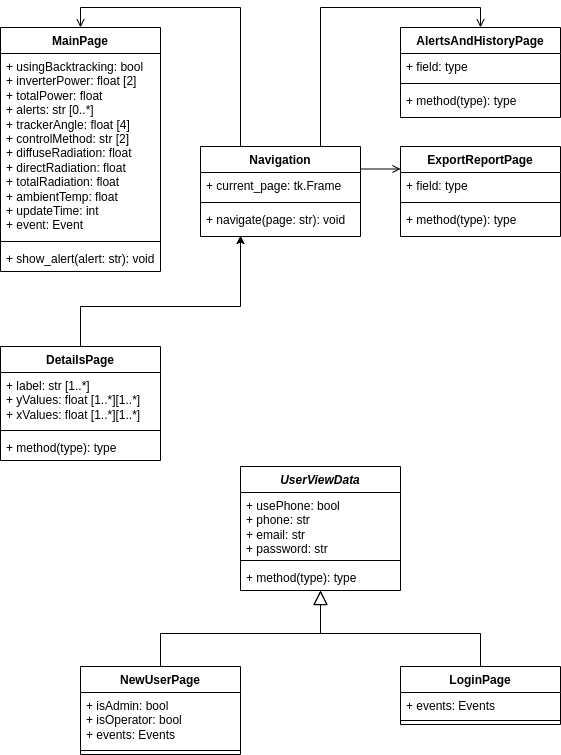
Before: diagrama de classes - view.drawio.png, a diagram exported from draw.io (jaedson-barbosa/supervisorio-solar-ufpb-docs). Source tidied: cells renumbered, new cells last; positions are measured from the earlier drawing's top-left corner, leaving out a move shared by most shapes.
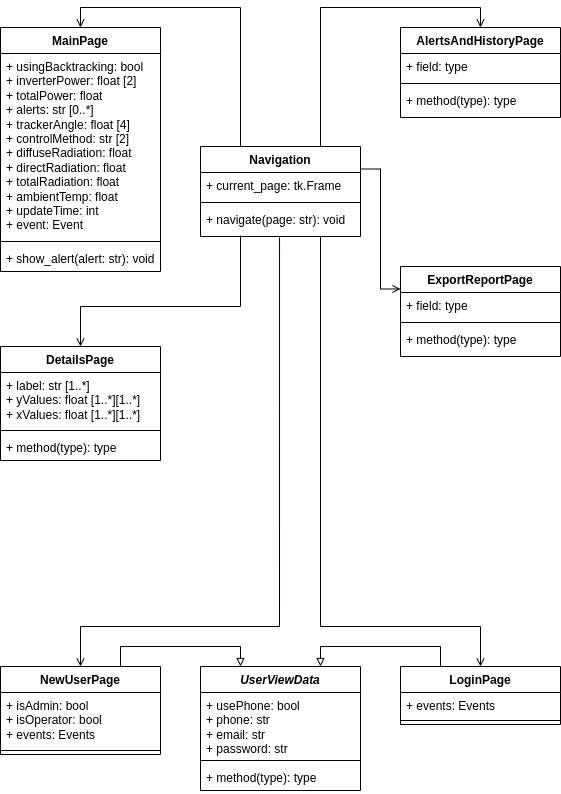
The same file after the commit.

Change to the diagram source:
```diff
@@ -23,9 +23,17 @@
     <mxCell id="8" value="+ navigate(page: str): void" style="text;strokeColor=none;fillColor=none;align=left;verticalAlign=top;spacingLeft=4;spacingRight=4;overflow=hidden;points=[[0,0.5],[1,0.5]];portConstraint=eastwest;whiteSpace=wrap;html=1;" parent="5" vertex="1">
       <mxGeometry y="60" width="160" height="30" as="geometry" />
     </mxCell>
-    <mxCell id="9" style="edgeStyle=orthogonalEdgeStyle;rounded=0;jettySize=auto;html=1;exitX=0.5;exitY=0;exitDx=0;exitDy=0;entryX=0.5;entryY=1;entryDx=0;entryDy=0;endArrow=block;endFill=0;endSize=12;" parent="1" edge="1" source="10" target="30">
+    <mxCell id="9" style="edgeStyle=orthogonalEdgeStyle;rounded=0;jettySize=auto;html=1;exitX=0.25;exitY=0;exitDx=0;exitDy=0;entryX=0.75;entryY=0;entryDx=0;entryDy=0;endArrow=block;endFill=0;" parent="1" edge="1" source="10" target="30">
       <mxGeometry relative="1" as="geometry" />
     </mxCell>
+    <mxCell id="38" style="edgeStyle=orthogonalEdgeStyle;rounded=0;jettySize=auto;html=1;exitX=0.5;exitY=0;exitDx=0;exitDy=0;entryX=0.75;entryY=1;entryDx=0;entryDy=0;entryPerimeter=0;endArrow=none;endFill=0;startArrow=open;startFill=0;" parent="1" edge="1" source="10" target="8">
+      <mxGeometry relative="1" as="geometry">
+        <Array as="points">
+          <mxPoint x="480" y="599" />
+          <mxPoint x="320" y="599" />
+        </Array>
+      </mxGeometry>
+    </mxCell>
     <mxCell id="10" value="LoginPage" style="swimlane;fontStyle=1;align=center;verticalAlign=top;horizontal=1;startSize=26;whiteSpace=wrap;html=1;" parent="1" vertex="1">
       <mxGeometry x="400" y="639" width="160" height="58" as="geometry" />
     </mxCell>
@@ -35,11 +43,19 @@
     <mxCell id="12" style="line;strokeWidth=1;fillColor=none;align=left;verticalAlign=middle;spacingTop=-1;spacingLeft=3;spacingRight=3;labelPosition=right;strokeColor=inherit;" parent="10" vertex="1">
       <mxGeometry y="50" width="160" height="8" as="geometry" />
     </mxCell>
-    <mxCell id="13" style="edgeStyle=orthogonalEdgeStyle;rounded=0;jettySize=auto;html=1;exitX=0.5;exitY=0;exitDx=0;exitDy=0;entryX=0.5;entryY=1;entryDx=0;entryDy=0;entryPerimeter=0;endArrow=block;endFill=0;endSize=12;" parent="1" edge="1" source="14" target="33">
-      <mxGeometry relative="1" as="geometry" />
-    </mxCell>
+    <mxCell id="39" style="edgeStyle=orthogonalEdgeStyle;rounded=0;jettySize=auto;html=1;exitX=0.75;exitY=0;exitDx=0;exitDy=0;entryX=0.25;entryY=0;entryDx=0;entryDy=0;endArrow=block;endFill=0;" parent="1" edge="1" source="14" target="30">
+      <mxGeometry relative="1" as="geometry" />
+    </mxCell>
+    <mxCell id="40" style="edgeStyle=orthogonalEdgeStyle;rounded=0;jettySize=auto;html=1;exitX=0.5;exitY=0;exitDx=0;exitDy=0;entryX=0.494;entryY=1.033;entryDx=0;entryDy=0;entryPerimeter=0;endArrow=none;endFill=0;startArrow=open;startFill=0;" parent="1" edge="1" source="14" target="8">
+      <mxGeometry relative="1" as="geometry">
+        <Array as="points">
+          <mxPoint x="80" y="599" />
+          <mxPoint x="279" y="599" />
+        </Array>
+      </mxGeometry>
+    </mxCell>
     <mxCell id="14" value="NewUserPage" style="swimlane;fontStyle=1;align=center;verticalAlign=top;horizontal=1;startSize=26;whiteSpace=wrap;html=1;" parent="1" vertex="1">
-      <mxGeometry x="80" y="639" width="160" height="88" as="geometry" />
+      <mxGeometry y="639" width="160" height="88" as="geometry" />
     </mxCell>
     <mxCell id="15" value="+ isAdmin: bool&lt;br&gt;+ isOperator: bool&lt;br&gt;+ events: Events" style="text;strokeColor=none;fillColor=none;align=left;verticalAlign=top;spacingLeft=4;spacingRight=4;overflow=hidden;whiteSpace=wrap;html=1;" parent="14" vertex="1">
       <mxGeometry y="26" width="160" height="54" as="geometry" />
@@ -71,7 +87,7 @@
     <mxCell id="24" value="+ show_alert(alert: str): void" style="text;strokeColor=none;fillColor=none;align=left;verticalAlign=top;spacingLeft=4;spacingRight=4;overflow=hidden;whiteSpace=wrap;html=1;" parent="21" vertex="1">
       <mxGeometry y="218" width="160" height="26" as="geometry" />
     </mxCell>
-    <mxCell id="25" style="edgeStyle=orthogonalEdgeStyle;rounded=0;jettySize=auto;html=1;exitX=0.5;exitY=0;exitDx=0;exitDy=0;entryX=0.25;entryY=0.967;entryDx=0;entryDy=0;entryPerimeter=0;" parent="1" edge="1" source="26" target="8">
+    <mxCell id="25" style="edgeStyle=orthogonalEdgeStyle;rounded=0;jettySize=auto;html=1;exitX=0.5;exitY=0;exitDx=0;exitDy=0;entryX=0.25;entryY=0.967;entryDx=0;entryDy=0;entryPerimeter=0;endArrow=none;endFill=0;startArrow=open;startFill=0;" parent="1" edge="1" source="26" target="8">
       <mxGeometry relative="1" as="geometry">
         <Array as="points">
           <mxPoint x="80" y="279" />
@@ -92,7 +108,7 @@
       <mxGeometry y="88" width="160" height="26" as="geometry" />
     </mxCell>
     <mxCell id="30" value="&lt;i&gt;UserViewData&lt;/i&gt;" style="swimlane;fontStyle=1;align=center;verticalAlign=top;horizontal=1;startSize=26;whiteSpace=wrap;html=1;" parent="1" vertex="1">
-      <mxGeometry x="240" y="439" width="160" height="124" as="geometry" />
+      <mxGeometry x="200" y="639" width="160" height="124" as="geometry" />
     </mxCell>
     <mxCell id="31" value="+ usePhone: bool&lt;br style=&quot;border-color: var(--border-color);&quot;&gt;+ phone: str&lt;br style=&quot;border-color: var(--border-color);&quot;&gt;+ email: str&lt;br style=&quot;border-color: var(--border-color);&quot;&gt;+ password: str" style="text;strokeColor=none;fillColor=none;align=left;verticalAlign=top;spacingLeft=4;spacingRight=4;overflow=hidden;whiteSpace=wrap;html=1;" parent="30" vertex="1">
       <mxGeometry y="26" width="160" height="64" as="geometry" />
@@ -104,7 +120,7 @@
       <mxGeometry y="98" width="160" height="26" as="geometry" />
     </mxCell>
     <mxCell id="34" value="ExportReportPage" style="swimlane;fontStyle=1;align=center;verticalAlign=top;horizontal=1;startSize=26;whiteSpace=wrap;html=1;" parent="1" vertex="1">
-      <mxGeometry x="400" y="119" width="160" height="90" as="geometry" />
+      <mxGeometry x="400" y="239" width="160" height="90" as="geometry" />
     </mxCell>
     <mxCell id="35" value="+ field: type" style="text;strokeColor=none;fillColor=none;align=left;verticalAlign=top;spacingLeft=4;spacingRight=4;overflow=hidden;whiteSpace=wrap;html=1;" parent="34" vertex="1">
       <mxGeometry y="26" width="160" height="26" as="geometry" />
```
